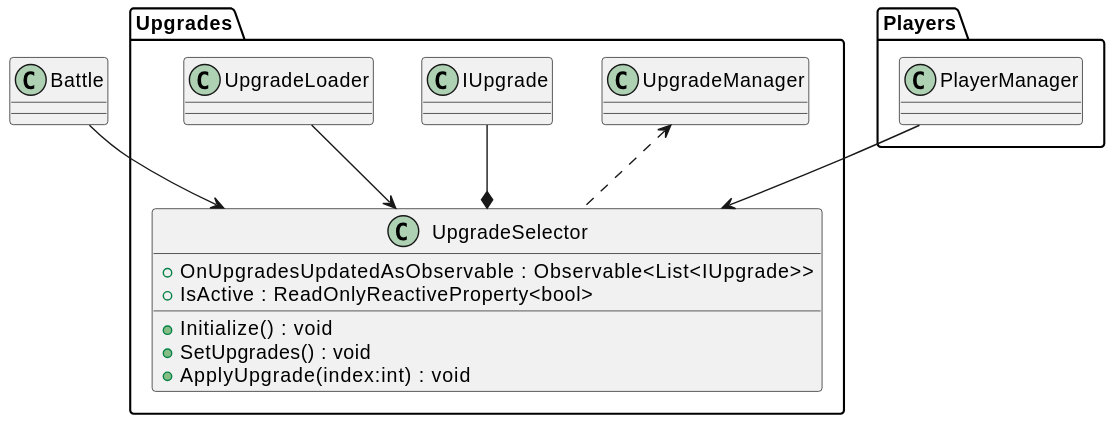
This is plantuml/out/Upgrade/UpgradeSelector.svg from asterisk-cn/RougueShooter, a PlantUML export, as it was before one commit.
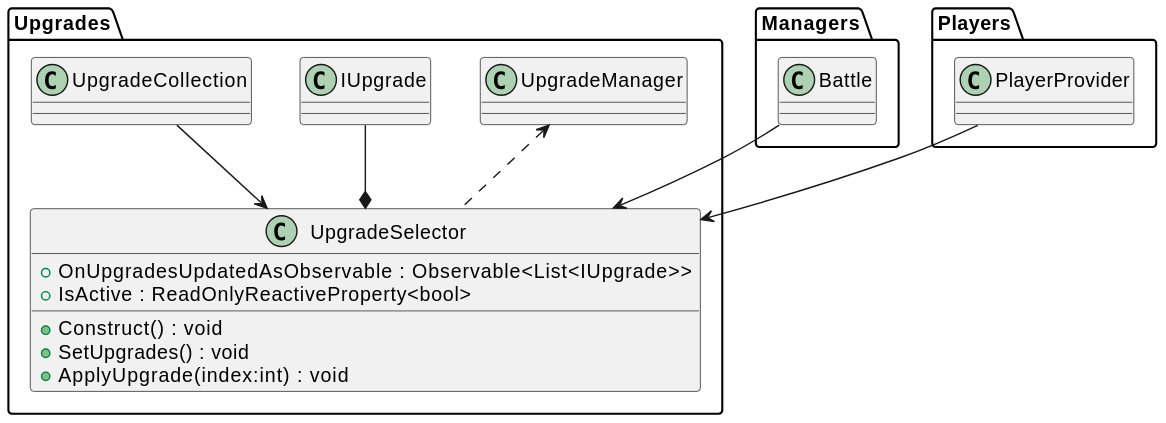
After the commit.

What changed in the source:
```diff
@@ -3,14 +3,14 @@
 class UpgradeSelector {
     + OnUpgradesUpdatedAsObservable : Observable<List<IUpgrade>>
     + IsActive : ReadOnlyReactiveProperty<bool>
-    + Initialize() : void
+    + Construct() : void
     + SetUpgrades() : void
     + ApplyUpgrade(index:int) : void
 }
 }
-Upgrades.UpgradeLoader --> UpgradeSelector
-Battle --> UpgradeSelector
-Players.PlayerManager --> UpgradeSelector
+Upgrades.UpgradeCollection --> UpgradeSelector
+Managers.Battle --> UpgradeSelector
+Players.PlayerProvider --> UpgradeSelector
 Upgrades.IUpgrade --* UpgradeSelector
 Upgrades.UpgradeManager <.. UpgradeSelector
 @enduml
```
